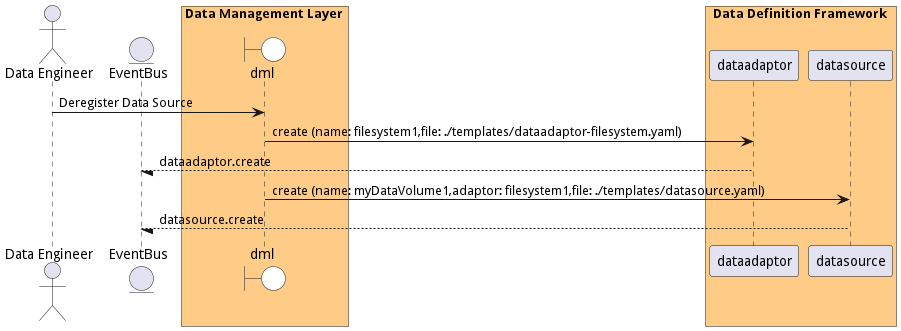
Above: docs/edgemere/diml/dml/usecases/ManageDataSources/DeregisterDataSource.png in madajaju/edgemere (PlantUML), before the change.
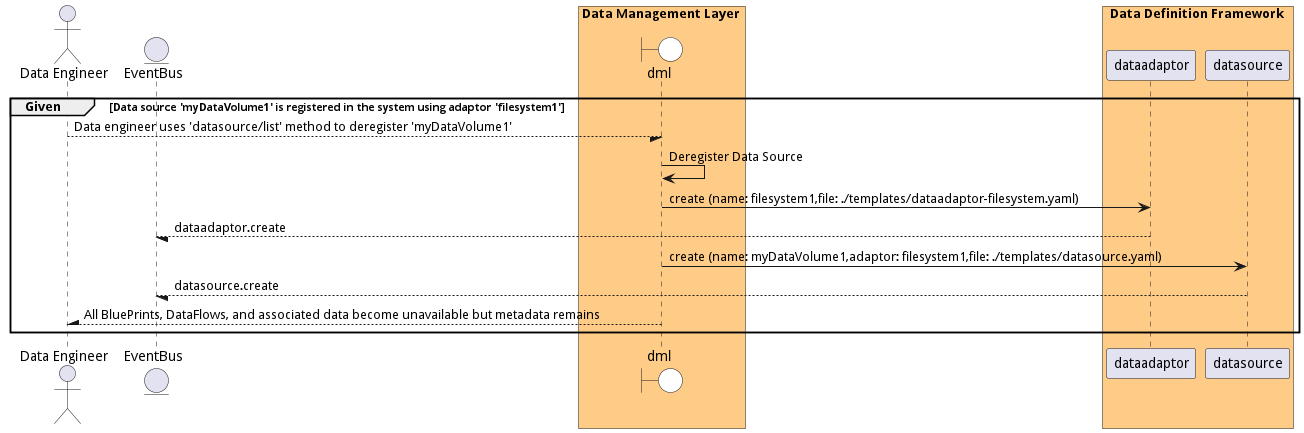
After the commit.

The edit, as a diff of the source:
```diff
@@ -1,4 +1,5 @@
 @startuml
+
 
 actor "Data Engineer"
 
@@ -15,8 +16,10 @@
             participant datasource
     end box
 
+group Given [Data source &#39;myDataVolume1&#39; is registered in the system using adaptor &#39;filesystem1&#39;]
 
-"Data Engineer" -> dml: Deregister Data Source
+"Data Engineer" --/ dml: Data engineer uses &#39;datasource/list&#39; method to deregister &#39;myDataVolume1&#39;
+"dml" -> dml: Deregister Data Source
 
     dml -> "dataadaptor": create (name: filesystem1,file: ./templates/dataadaptor-filesystem.yaml)
 
@@ -28,4 +31,9 @@
 
 
 
+"Data Engineer" /-- dml: All BluePrints, DataFlows, and associated data become unavailable but metadata remains
+
+
+end
+
 @enduml
```
